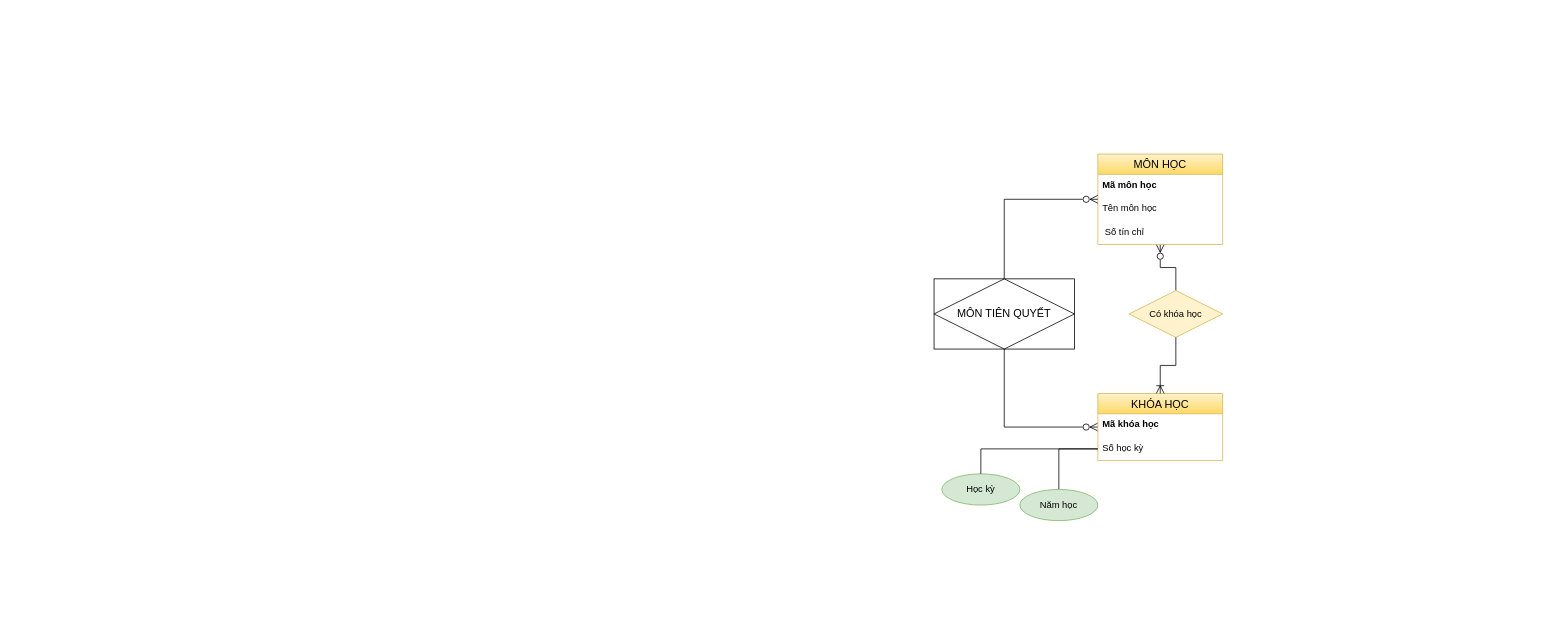
The draw.io diagram page "Bài 3" (3 of 4) of CSDL_IT5_ITB104_Võ_Huy_Long.drawio in LONGDKZdev/Flowchart, before the edit. Source tidied: cells renumbered, new cells numbered last; positions are measured from the earlier drawing's top-left corner, leaving out a move shared by most shapes. Both pictures are drawn from the tidied source at 78%, with x=0, y=0 at pixel (934, 154).
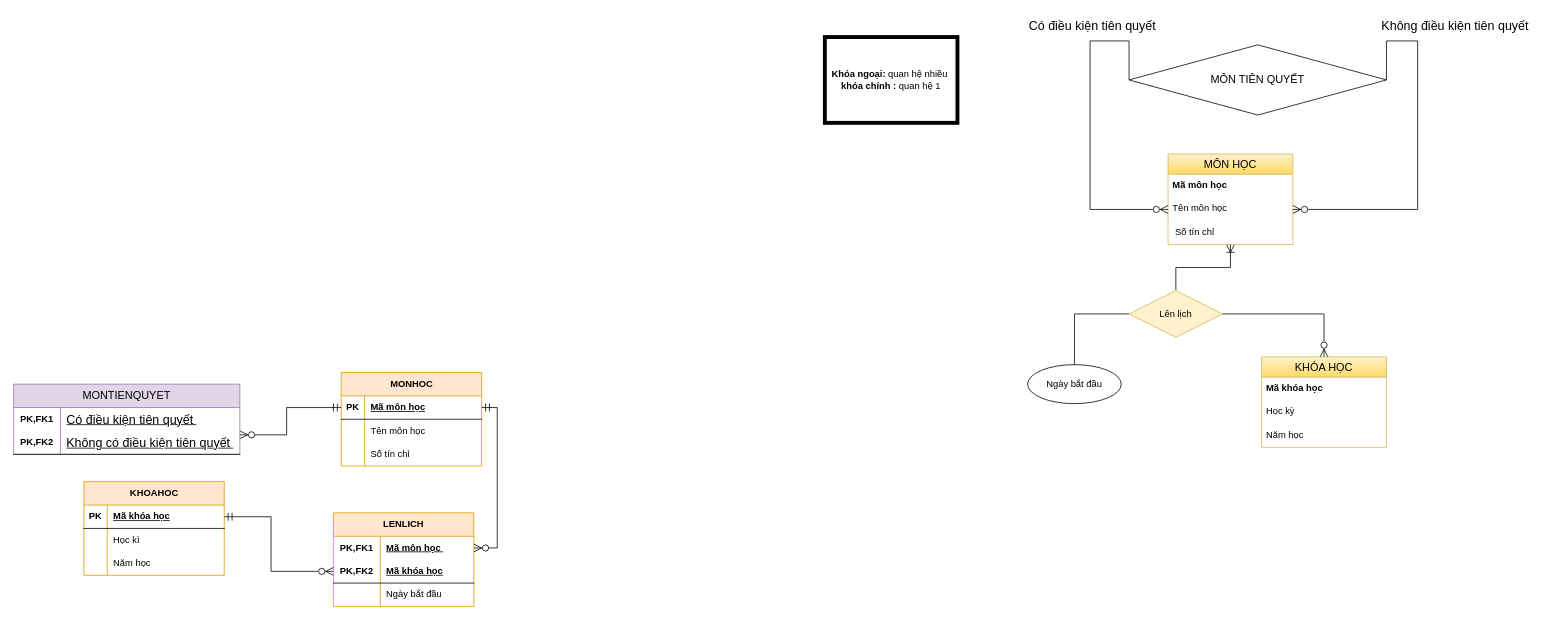
The same diagram, later.

The change refers to these unchanged cells:
```xml
<mxCell id="5" value="Tên môn học" style="text;strokeColor=none;fillColor=none;spacingLeft=4;spacingRight=4;overflow=hidden;points=[[0,0.5],[1,0.5]];portConstraint=eastwest;fontSize=12;whiteSpace=wrap;html=1;" parent="3" vertex="1">
  <mxGeometry y="56" width="160" height="30" as="geometry" />
</mxCell>
```

Diff of the diagram source:
```diff
@@
-    <mxCell id="2" style="edgeStyle=orthogonalEdgeStyle;rounded=0;jettySize=auto;html=1;fontSize=12;startSize=8;endSize=8;endArrow=none;endFill=0;startArrow=ERzeroToMany;startFill=0;shadow=0;" parent="1" edge="1" source="3" target="13">
+    <mxCell id="2" style="edgeStyle=orthogonalEdgeStyle;rounded=0;jettySize=auto;html=1;fontSize=12;startSize=8;endSize=8;endArrow=none;endFill=0;startArrow=ERoneToMany;startFill=0;shadow=0;" parent="1" edge="1" source="3" target="13">
       <mxGeometry relative="1" as="geometry" />
     </mxCell>
     <mxCell id="3" value="MÔN HỌC" style="swimlane;fontStyle=0;horizontal=1;startSize=26;align=center;fontSize=14;fillColor=#fff2cc;gradientColor=#ffd966;strokeColor=#d6b656;" parent="1" vertex="1">
-      <mxGeometry x="210" width="160" height="116" as="geometry" />
+      <mxGeometry x="300" width="160" height="116" as="geometry" />
     </mxCell>
@@
-    <mxCell id="7" style="edgeStyle=orthogonalEdgeStyle;rounded=0;jettySize=auto;html=1;fontSize=12;startSize=8;endSize=8;endArrow=none;endFill=0;startArrow=ERzeroToMany;startFill=0;" parent="1" edge="1" source="8" target="11">
-      <mxGeometry relative="1" as="geometry" />
+    <mxCell id="7" style="edgeStyle=orthogonalEdgeStyle;rounded=0;jettySize=auto;html=1;fontSize=12;startSize=8;endSize=8;endArrow=none;endFill=0;startArrow=ERzeroToMany;startFill=0;entryX=1;entryY=0.5;entryDx=0;entryDy=0;exitX=1;exitY=0.5;exitDx=0;exitDy=0;" parent="1" edge="1" source="5" target="11">
+      <mxGeometry relative="1" as="geometry">
+        <Array as="points">
+          <mxPoint x="620" y="71" />
+          <mxPoint x="620" y="-145" />
+        </Array>
+      </mxGeometry>
     </mxCell>
     <mxCell id="8" value="KHÓA HỌC" style="swimlane;fontStyle=0;horizontal=1;startSize=26;align=center;fontSize=14;fillColor=#fff2cc;gradientColor=#ffd966;strokeColor=#d6b656;" parent="1" vertex="1">
-      <mxGeometry x="210" y="307" width="160" height="86" as="geometry" />
+      <mxGeometry x="420" y="260" width="160" height="116" as="geometry" />
     </mxCell>
@@
-    <mxCell id="10" value="Số học kỳ" style="text;strokeColor=none;fillColor=none;spacingLeft=4;spacingRight=4;overflow=hidden;points=[[0,0.5],[1,0.5]];portConstraint=eastwest;fontSize=12;whiteSpace=wrap;html=1;" parent="8" vertex="1">
+    <mxCell id="10" value="Học kỳ" style="text;strokeColor=none;fillColor=none;spacingLeft=4;spacingRight=4;overflow=hidden;points=[[0,0.5],[1,0.5]];portConstraint=eastwest;fontSize=12;whiteSpace=wrap;html=1;" parent="8" vertex="1">
       <mxGeometry y="56" width="160" height="30" as="geometry" />
     </mxCell>
-    <mxCell id="11" value="&lt;span style=&quot;font-size: 14px; text-wrap: nowrap;&quot;&gt;MÔN TIÊN QUYẾT&lt;/span&gt;" style="shape=associativeEntity;whiteSpace=wrap;html=1;align=center;" parent="1" vertex="1">
-      <mxGeometry y="160" width="180" height="90" as="geometry" />
-    </mxCell>
+    <mxCell id="19" value="Năm học" style="text;strokeColor=none;fillColor=none;spacingLeft=4;spacingRight=4;overflow=hidden;fontSize=12;whiteSpace=wrap;html=1;" parent="8" vertex="1">
+      <mxGeometry y="86" width="160" height="30" as="geometry" />
+    </mxCell>
-    <mxCell id="12" style="edgeStyle=orthogonalEdgeStyle;fontSize=12;html=1;endArrow=none;startArrow=ERzeroToMany;rounded=0;startSize=8;endSize=8;endFill=0;startFill=0;" parent="1" edge="1" source="3" target="11">
-      <mxGeometry relative="1" as="geometry" />
+    <mxCell id="12" style="edgeStyle=orthogonalEdgeStyle;fontSize=12;html=1;endArrow=none;startArrow=ERzeroToMany;rounded=0;startSize=8;endSize=8;endFill=0;startFill=0;entryX=0;entryY=0.5;entryDx=0;entryDy=0;exitX=0;exitY=0.5;exitDx=0;exitDy=0;" parent="1" edge="1" source="5" target="11">
+      <mxGeometry relative="1" as="geometry">
+        <Array as="points">
+          <mxPoint x="200" y="71" />
+          <mxPoint x="200" y="-145" />
+        </Array>
+      </mxGeometry>
     </mxCell>
+    <mxCell id="20" style="edgeStyle=orthogonalEdgeStyle;rounded=0;jettySize=auto;html=1;fontSize=12;startSize=8;endSize=8;endArrow=none;endFill=0;" parent="1" edge="1" source="13" target="43">
+      <mxGeometry relative="1" as="geometry" />
+    </mxCell>
-    <mxCell id="13" value="Có khóa học" style="shape=rhombus;perimeter=rhombusPerimeter;whiteSpace=wrap;html=1;align=center;fillColor=#fff2cc;strokeColor=#d6b656;" parent="1" vertex="1">
+    <mxCell id="13" value="Lên lịch" style="shape=rhombus;perimeter=rhombusPerimeter;whiteSpace=wrap;html=1;align=center;fillColor=#fff2cc;strokeColor=#d6b656;" parent="1" vertex="1">
       <mxGeometry x="250" y="175" width="120" height="60" as="geometry" />
     </mxCell>
-    <mxCell id="14" style="edgeStyle=orthogonalEdgeStyle;fontSize=12;html=1;endArrow=ERoneToMany;endFill=0;rounded=0;startSize=8;endSize=8;" parent="1" edge="1" source="13" target="8">
+    <mxCell id="14" style="edgeStyle=orthogonalEdgeStyle;fontSize=12;html=1;endArrow=ERzeroToMany;endFill=0;rounded=0;startSize=8;endSize=8;" parent="1" edge="1" source="13" target="8">
       <mxGeometry relative="1" as="geometry" />
     </mxCell>
-    <mxCell id="15" style="edgeStyle=orthogonalEdgeStyle;rounded=0;jettySize=auto;html=1;fontSize=12;startSize=8;endSize=8;startArrow=none;startFill=0;endArrow=none;endFill=0;" parent="1" edge="1" source="10" target="17">
-      <mxGeometry relative="1" as="geometry" />
-    </mxCell>
-    <mxCell id="16" value="Học kỳ" style="ellipse;whiteSpace=wrap;html=1;align=center;fillColor=#d5e8d4;strokeColor=#82b366;" parent="1" vertex="1">
-      <mxGeometry x="10" y="410" width="100" height="40" as="geometry" />
-    </mxCell>
-    <mxCell id="17" value="Năm học" style="ellipse;whiteSpace=wrap;html=1;align=center;fillColor=#d5e8d4;strokeColor=#82b366;" parent="1" vertex="1">
-      <mxGeometry x="110" y="430" width="100" height="40" as="geometry" />
-    </mxCell>
-    <mxCell id="18" style="edgeStyle=orthogonalEdgeStyle;rounded=0;jettySize=auto;html=1;fontSize=12;startSize=8;endSize=8;startArrow=none;startFill=0;endArrow=none;endFill=0;" parent="1" edge="1" source="10" target="16">
-      <mxGeometry relative="1" as="geometry" />
-    </mxCell>
+    <mxCell id="11" value="&lt;span style=&quot;font-size: 14px; text-wrap: nowrap;&quot;&gt;MÔN TIÊN QUYẾT&lt;/span&gt;" style="shape=rhombus;perimeter=rhombusPerimeter;whiteSpace=wrap;html=1;align=center;" parent="1" vertex="1">
+      <mxGeometry x="250" y="-140" width="330" height="90" as="geometry" />
+    </mxCell>
+    <mxCell id="21" value="Không điều kiện tiên quyết&amp;nbsp;" style="text;html=1;align=center;verticalAlign=middle;strokeColor=none;fillColor=none;fontSize=16;" parent="1" vertex="1">
+      <mxGeometry x="560" y="-180" width="220" height="30" as="geometry" />
+    </mxCell>
+    <mxCell id="22" value="Có điều kiện tiên quyết&amp;nbsp;" style="text;html=1;align=center;verticalAlign=middle;strokeColor=none;fillColor=none;fontSize=16;" parent="1" vertex="1">
+      <mxGeometry x="110" y="-180" width="190" height="30" as="geometry" />
+    </mxCell>
+    <mxCell id="23" value="MONHOC" style="shape=table;startSize=30;childLayout=tableLayout;rowLines=0;fontStyle=1;align=center;html=1;fillColor=#ffe6cc;strokeColor=#d79b00;" parent="1" vertex="1">
+      <mxGeometry x="-760" y="280" width="180" height="120" as="geometry" />
+    </mxCell>
+    <mxCell id="24" style="shape=tableRow;horizontal=0;startSize=0;swimlaneHead=0;swimlaneBody=0;fillColor=none;points=[[0,0.5],[1,0.5]];portConstraint=eastwest;top=0;left=0;right=0;bottom=1;" parent="23" vertex="1">
+      <mxGeometry y="30" width="180" height="30" as="geometry" />
+    </mxCell>
+    <mxCell id="25" value="PK" style="shape=partialRectangle;fillColor=none;top=0;left=0;bottom=0;right=0;fontStyle=1;overflow=hidden;whiteSpace=wrap;html=1;" parent="24" vertex="1">
+      <mxGeometry width="30" height="30" as="geometry" />
+    </mxCell>
+    <mxCell id="26" value="Mã môn học" style="shape=partialRectangle;fillColor=none;top=0;left=0;bottom=0;right=0;align=left;spacingLeft=6;fontStyle=5;overflow=hidden;whiteSpace=wrap;html=1;" parent="24" vertex="1">
+      <mxGeometry x="30" width="150" height="30" as="geometry" />
+    </mxCell>
+    <mxCell id="27" style="shape=tableRow;horizontal=0;startSize=0;swimlaneHead=0;swimlaneBody=0;fillColor=none;top=0;left=0;right=0;bottom=0;" parent="23" vertex="1">
+      <mxGeometry y="60" width="180" height="30" as="geometry" />
+    </mxCell>
+    <mxCell id="28" style="shape=partialRectangle;fillColor=none;top=0;left=0;bottom=0;right=0;overflow=hidden;whiteSpace=wrap;html=1;" parent="27" vertex="1">
+      <mxGeometry width="30" height="30" as="geometry" />
+    </mxCell>
+    <mxCell id="29" value="Tên môn học" style="shape=partialRectangle;fillColor=none;top=0;left=0;bottom=0;right=0;align=left;spacingLeft=6;overflow=hidden;whiteSpace=wrap;html=1;" parent="27" vertex="1">
+      <mxGeometry x="30" width="150" height="30" as="geometry" />
+    </mxCell>
+    <mxCell id="30" style="shape=tableRow;horizontal=0;startSize=0;swimlaneHead=0;swimlaneBody=0;fillColor=none;top=0;left=0;right=0;bottom=0;" parent="23" vertex="1">
+      <mxGeometry y="90" width="180" height="30" as="geometry" />
+    </mxCell>
+    <mxCell id="31" style="shape=partialRectangle;fillColor=none;top=0;left=0;bottom=0;right=0;overflow=hidden;whiteSpace=wrap;html=1;" parent="30" vertex="1">
+      <mxGeometry width="30" height="30" as="geometry" />
+    </mxCell>
+    <mxCell id="32" value="Số tín chỉ" style="shape=partialRectangle;fillColor=none;top=0;left=0;bottom=0;right=0;align=left;spacingLeft=6;overflow=hidden;whiteSpace=wrap;html=1;" parent="30" vertex="1">
+      <mxGeometry x="30" width="150" height="30" as="geometry" />
+    </mxCell>
+    <mxCell id="33" value="KHOAHOC" style="shape=table;startSize=30;childLayout=tableLayout;rowLines=0;fontStyle=1;align=center;html=1;fillColor=#ffe6cc;strokeColor=#d79b00;" parent="1" vertex="1">
+      <mxGeometry x="-1090" y="420" width="180" height="120" as="geometry" />
+    </mxCell>
+    <mxCell id="34" style="shape=tableRow;horizontal=0;startSize=0;swimlaneHead=0;swimlaneBody=0;fillColor=none;points=[[0,0.5],[1,0.5]];portConstraint=eastwest;top=0;left=0;right=0;bottom=1;" parent="33" vertex="1">
+      <mxGeometry y="30" width="180" height="30" as="geometry" />
+    </mxCell>
+    <mxCell id="35" value="PK" style="shape=partialRectangle;fillColor=none;top=0;left=0;bottom=0;right=0;fontStyle=1;overflow=hidden;whiteSpace=wrap;html=1;" parent="34" vertex="1">
+      <mxGeometry width="30" height="30" as="geometry" />
+    </mxCell>
+    <mxCell id="36" value="Mã khóa học" style="shape=partialRectangle;fillColor=none;top=0;left=0;bottom=0;right=0;align=left;spacingLeft=6;fontStyle=5;overflow=hidden;whiteSpace=wrap;html=1;" parent="34" vertex="1">
+      <mxGeometry x="30" width="150" height="30" as="geometry" />
+    </mxCell>
+    <mxCell id="37" style="shape=tableRow;horizontal=0;startSize=0;swimlaneHead=0;swimlaneBody=0;fillColor=none;top=0;left=0;right=0;bottom=0;" parent="33" vertex="1">
+      <mxGeometry y="60" width="180" height="30" as="geometry" />
+    </mxCell>
+    <mxCell id="38" style="shape=partialRectangle;fillColor=none;top=0;left=0;bottom=0;right=0;overflow=hidden;whiteSpace=wrap;html=1;" parent="37" vertex="1">
+      <mxGeometry width="30" height="30" as="geometry" />
+    </mxCell>
+    <mxCell id="39" value="Học kì" style="shape=partialRectangle;fillColor=none;top=0;left=0;bottom=0;right=0;align=left;spacingLeft=6;overflow=hidden;whiteSpace=wrap;html=1;" parent="37" vertex="1">
+      <mxGeometry x="30" width="150" height="30" as="geometry" />
+    </mxCell>
+    <mxCell id="40" style="shape=tableRow;horizontal=0;startSize=0;swimlaneHead=0;swimlaneBody=0;fillColor=none;top=0;left=0;right=0;bottom=0;" parent="33" vertex="1">
+      <mxGeometry y="90" width="180" height="30" as="geometry" />
+    </mxCell>
+    <mxCell id="41" style="shape=partialRectangle;fillColor=none;top=0;left=0;bottom=0;right=0;overflow=hidden;whiteSpace=wrap;html=1;" parent="40" vertex="1">
+      <mxGeometry width="30" height="30" as="geometry" />
+    </mxCell>
+    <mxCell id="42" value="Năm học" style="shape=partialRectangle;fillColor=none;top=0;left=0;bottom=0;right=0;align=left;spacingLeft=6;overflow=hidden;whiteSpace=wrap;html=1;" parent="40" vertex="1">
+      <mxGeometry x="30" width="150" height="30" as="geometry" />
+    </mxCell>
+    <mxCell id="43" value="Ngày bắt đầu" style="ellipse;whiteSpace=wrap;html=1;" parent="1" vertex="1">
+      <mxGeometry x="120" y="270" width="120" height="50" as="geometry" />
+    </mxCell>
+    <mxCell id="44" value="LENLICH" style="shape=table;startSize=30;childLayout=tableLayout;rowLines=0;fontStyle=1;align=center;html=1;whiteSpace=wrap;fillColor=#ffe6cc;strokeColor=#d79b00;" parent="1" vertex="1">
+      <mxGeometry x="-770" y="460" width="180" height="120" as="geometry" />
+    </mxCell>
+    <mxCell id="45" style="shape=tableRow;horizontal=0;startSize=0;swimlaneHead=0;swimlaneBody=0;fillColor=none;points=[[0,0.5],[1,0.5]];portConstraint=eastwest;top=0;left=0;right=0;bottom=0;html=1;" parent="44" vertex="1">
+      <mxGeometry y="30" width="180" height="30" as="geometry" />
+    </mxCell>
+    <mxCell id="46" value="PK,FK1" style="shape=partialRectangle;fillColor=none;top=0;left=0;bottom=0;right=0;fontStyle=1;overflow=hidden;html=1;whiteSpace=wrap;" parent="45" vertex="1">
+      <mxGeometry width="60" height="30" as="geometry" />
+    </mxCell>
+    <mxCell id="47" value="Mã môn học&amp;nbsp;" style="shape=partialRectangle;fillColor=none;top=0;left=0;bottom=0;right=0;align=left;spacingLeft=6;fontStyle=5;overflow=hidden;html=1;whiteSpace=wrap;" parent="45" vertex="1">
+      <mxGeometry x="60" width="120" height="30" as="geometry" />
+    </mxCell>
+    <mxCell id="48" style="shape=tableRow;horizontal=0;startSize=0;swimlaneHead=0;swimlaneBody=0;fillColor=none;points=[[0,0.5],[1,0.5]];portConstraint=eastwest;top=0;left=0;right=0;bottom=1;html=1;" parent="44" vertex="1">
+      <mxGeometry y="60" width="180" height="30" as="geometry" />
+    </mxCell>
+    <mxCell id="49" value="PK,FK2" style="shape=partialRectangle;fillColor=none;top=0;left=0;bottom=0;right=0;fontStyle=1;overflow=hidden;html=1;whiteSpace=wrap;" parent="48" vertex="1">
+      <mxGeometry width="60" height="30" as="geometry" />
+    </mxCell>
+    <mxCell id="50" value="Mã khóa học" style="shape=partialRectangle;fillColor=none;top=0;left=0;bottom=0;right=0;align=left;spacingLeft=6;fontStyle=5;overflow=hidden;html=1;whiteSpace=wrap;" parent="48" vertex="1">
+      <mxGeometry x="60" width="120" height="30" as="geometry" />
+    </mxCell>
+    <mxCell id="51" style="shape=tableRow;horizontal=0;startSize=0;swimlaneHead=0;swimlaneBody=0;fillColor=none;top=0;left=0;right=0;bottom=0;html=1;" parent="44" vertex="1">
+      <mxGeometry y="90" width="180" height="30" as="geometry" />
+    </mxCell>
+    <mxCell id="52" style="shape=partialRectangle;fillColor=none;top=0;left=0;bottom=0;right=0;overflow=hidden;html=1;whiteSpace=wrap;" parent="51" vertex="1">
+      <mxGeometry width="60" height="30" as="geometry" />
+    </mxCell>
+    <mxCell id="53" value="Ngày bắt đầu" style="shape=partialRectangle;fillColor=none;top=0;left=0;bottom=0;right=0;align=left;spacingLeft=6;overflow=hidden;html=1;whiteSpace=wrap;" parent="51" vertex="1">
+      <mxGeometry x="60" width="120" height="30" as="geometry" />
+    </mxCell>
+    <mxCell id="54" style="edgeStyle=orthogonalEdgeStyle;rounded=0;jettySize=auto;html=1;fontSize=12;startSize=8;endSize=8;startArrow=ERmandOne;startFill=0;endArrow=ERzeroToMany;endFill=0;entryX=1;entryY=0.5;entryDx=0;entryDy=0;" parent="1" edge="1" source="24" target="45">
+      <mxGeometry relative="1" as="geometry">
+        <Array as="points">
+          <mxPoint x="-560" y="325" />
+          <mxPoint x="-560" y="505" />
+        </Array>
+      </mxGeometry>
+    </mxCell>
+    <mxCell id="55" style="edgeStyle=orthogonalEdgeStyle;rounded=0;jettySize=auto;html=1;fontSize=12;startSize=8;endSize=8;startArrow=ERmandOne;startFill=0;endArrow=ERzeroToMany;endFill=0;entryX=0;entryY=0.5;entryDx=0;entryDy=0;exitX=1;exitY=0.5;exitDx=0;exitDy=0;" parent="1" edge="1" source="34" target="48">
+      <mxGeometry relative="1" as="geometry">
+        <Array as="points">
+          <mxPoint x="-850" y="465" />
+          <mxPoint x="-850" y="535" />
+        </Array>
+      </mxGeometry>
+    </mxCell>
+    <mxCell id="56" value="&lt;b&gt;Khóa ngoại:&lt;/b&gt; quan hệ nhiều&amp;nbsp;&lt;div&gt;&lt;b&gt;khóa chính :&lt;/b&gt; quan hệ 1&lt;/div&gt;" style="whiteSpace=wrap;html=1;strokeWidth=5;" parent="1" vertex="1">
+      <mxGeometry x="-140" y="-150" width="170" height="110" as="geometry" />
+    </mxCell>
+    <mxCell id="57" style="edgeStyle=orthogonalEdgeStyle;fontSize=12;html=1;endArrow=ERmandOne;endFill=0;rounded=0;startSize=8;endSize=8;entryX=0;entryY=0.5;entryDx=0;entryDy=0;startArrow=ERzeroToMany;startFill=0;" parent="1" edge="1" source="58" target="24">
+      <mxGeometry relative="1" as="geometry">
+        <Array as="points">
+          <mxPoint x="-830" y="360" />
+          <mxPoint x="-830" y="325" />
+        </Array>
+      </mxGeometry>
+    </mxCell>
+    <mxCell id="58" value="&lt;span style=&quot;font-size: 14px; font-weight: 400; text-wrap: nowrap;&quot;&gt;MONTIENQUYET&lt;/span&gt;" style="shape=table;startSize=30;childLayout=tableLayout;rowLines=0;fontStyle=1;align=center;html=1;whiteSpace=wrap;fillColor=#e1d5e7;strokeColor=#9673a6;" parent="1" vertex="1">
+      <mxGeometry x="-1180" y="295" width="290" height="90" as="geometry" />
+    </mxCell>
+    <mxCell id="59" style="shape=tableRow;horizontal=0;startSize=0;swimlaneHead=0;swimlaneBody=0;fillColor=none;top=0;left=0;right=0;bottom=0;html=1;" parent="58" vertex="1">
+      <mxGeometry y="30" width="290" height="30" as="geometry" />
+    </mxCell>
+    <mxCell id="60" value="PK,FK1" style="shape=partialRectangle;fillColor=none;top=0;left=0;bottom=0;right=0;fontStyle=1;overflow=hidden;html=1;whiteSpace=wrap;" parent="59" vertex="1">
+      <mxGeometry width="60" height="30" as="geometry" />
+    </mxCell>
+    <mxCell id="61" value="&lt;span style=&quot;font-size: 16px; font-weight: 400; text-align: center; text-wrap: nowrap;&quot;&gt;Có điều kiện tiên quyết&amp;nbsp;&lt;/span&gt;" style="shape=partialRectangle;fillColor=none;top=0;left=0;bottom=0;right=0;align=left;spacingLeft=6;fontStyle=5;overflow=hidden;html=1;whiteSpace=wrap;" parent="59" vertex="1">
+      <mxGeometry x="60" width="230" height="30" as="geometry" />
+    </mxCell>
+    <mxCell id="62" style="shape=tableRow;horizontal=0;startSize=0;swimlaneHead=0;swimlaneBody=0;fillColor=none;top=0;left=0;right=0;bottom=1;html=1;" parent="58" vertex="1">
+      <mxGeometry y="60" width="290" height="30" as="geometry" />
+    </mxCell>
+    <mxCell id="63" value="PK,FK2" style="shape=partialRectangle;fillColor=none;top=0;left=0;bottom=0;right=0;fontStyle=1;overflow=hidden;html=1;whiteSpace=wrap;" parent="62" vertex="1">
+      <mxGeometry width="60" height="30" as="geometry" />
+    </mxCell>
+    <mxCell id="64" value="&lt;span style=&quot;font-size: 16px; font-weight: 400; text-align: center; text-wrap: nowrap;&quot;&gt;Không có điều kiện tiên quyết&amp;nbsp;&lt;/span&gt;" style="shape=partialRectangle;fillColor=none;top=0;left=0;bottom=0;right=0;align=left;spacingLeft=6;fontStyle=5;overflow=hidden;html=1;whiteSpace=wrap;" parent="62" vertex="1">
+      <mxGeometry x="60" width="230" height="30" as="geometry" />
+    </mxCell>
```
